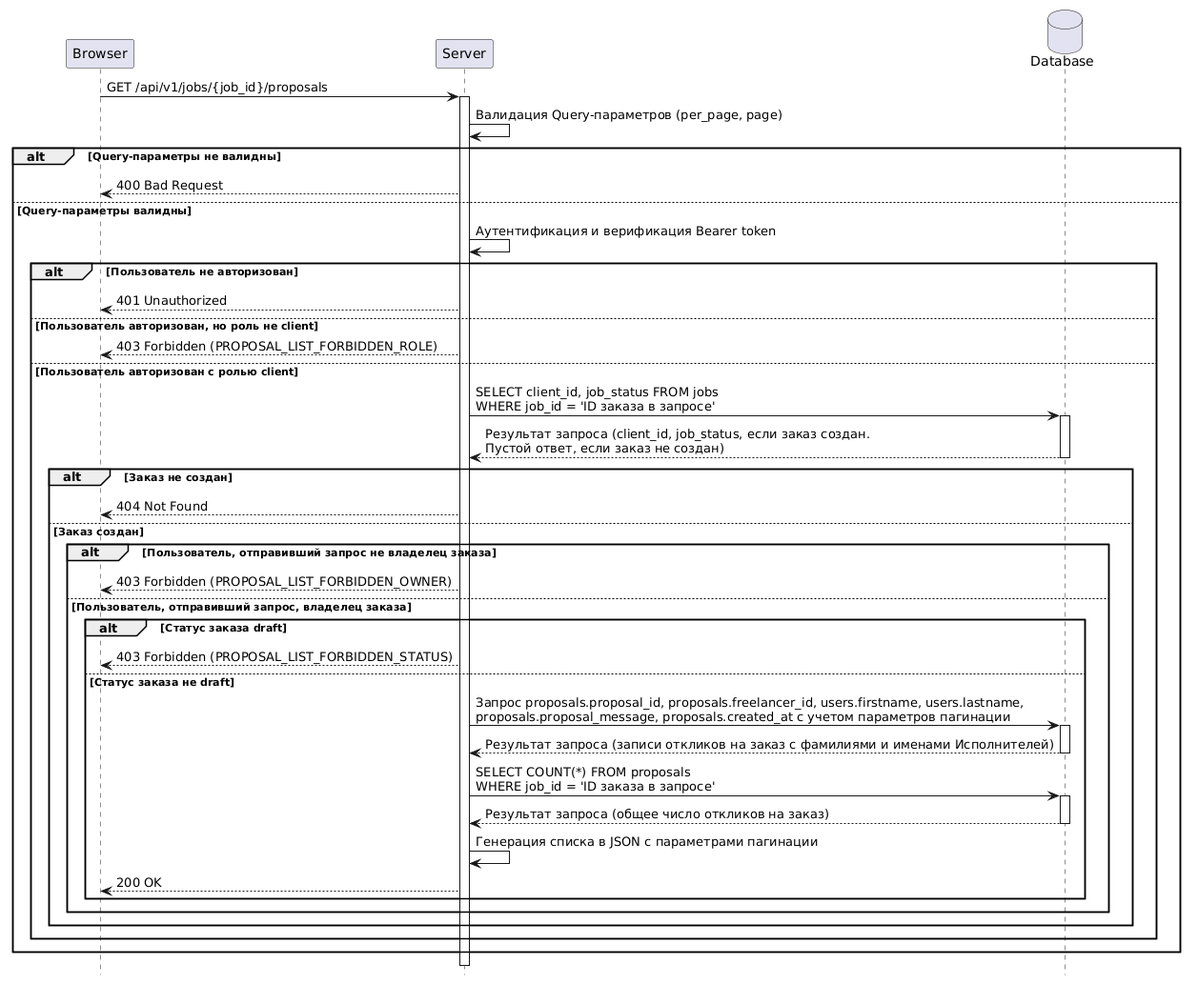
reflekso/workhub-system keeps this PlantUML diagram as diagrams/sequence/be2-sequence.png. Above is the earlier version.
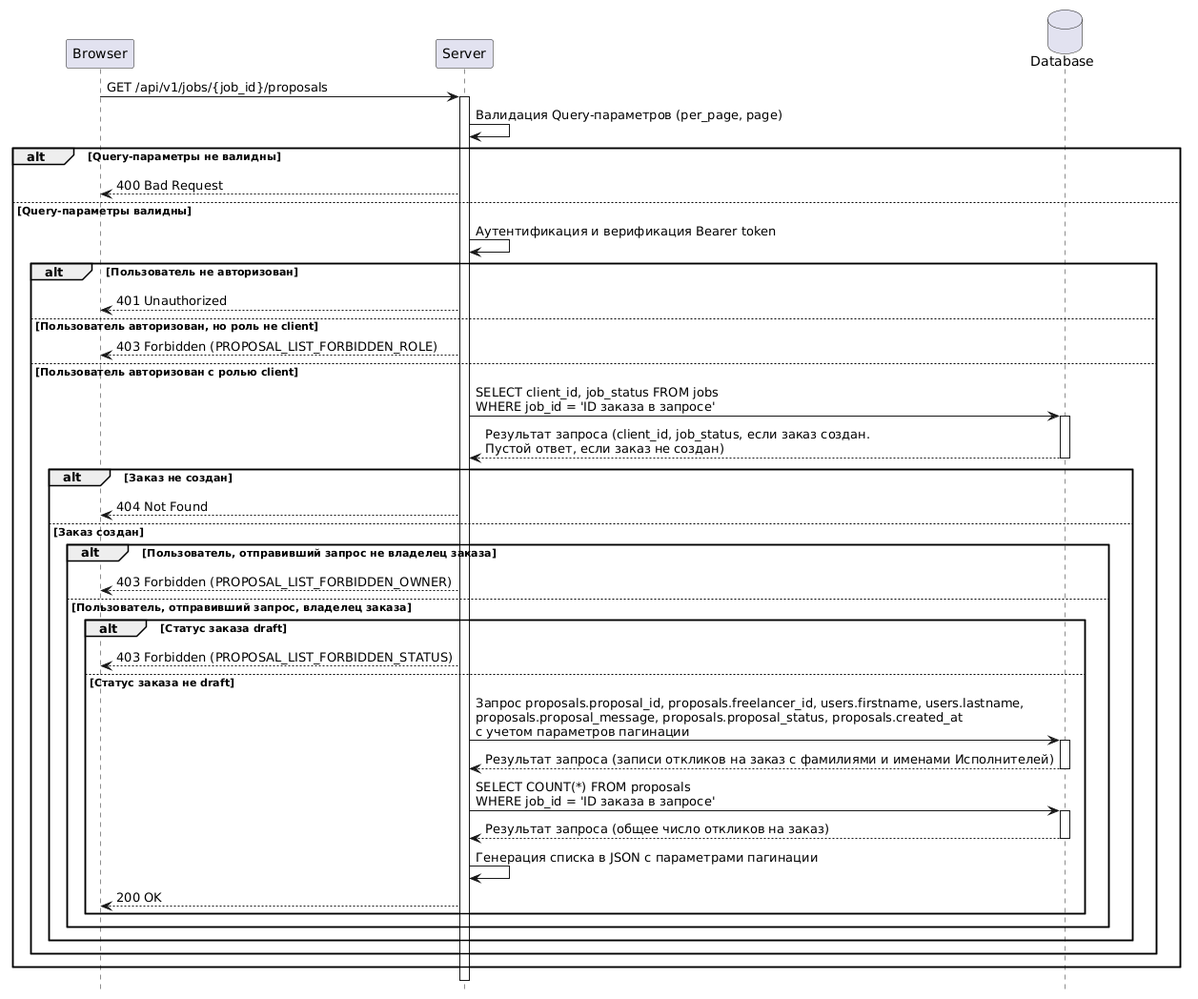
After the change.

Commit message:
docs: add proposal_status to api_method_2

Diff of the diagram source:
```diff
@@ -50,7 +50,7 @@
 
                 else Статус заказа не draft
 
-                    sr -> db ++: Запрос proposals.proposal_id, proposals.freelancer_id, users.firstname, users.lastname,\nproposals.proposal_message, proposals.created_at с учетом параметров пагинации
+                    sr -> db ++: Запрос proposals.proposal_id, proposals.freelancer_id, users.firstname, users.lastname,\nproposals.proposal_message, proposals.proposal_status, proposals.created_at\nс учетом параметров пагинации
 
                     db --> sr --: Результат запроса (записи откликов на заказ с фамилиями и именами Исполнителей)
 
```
